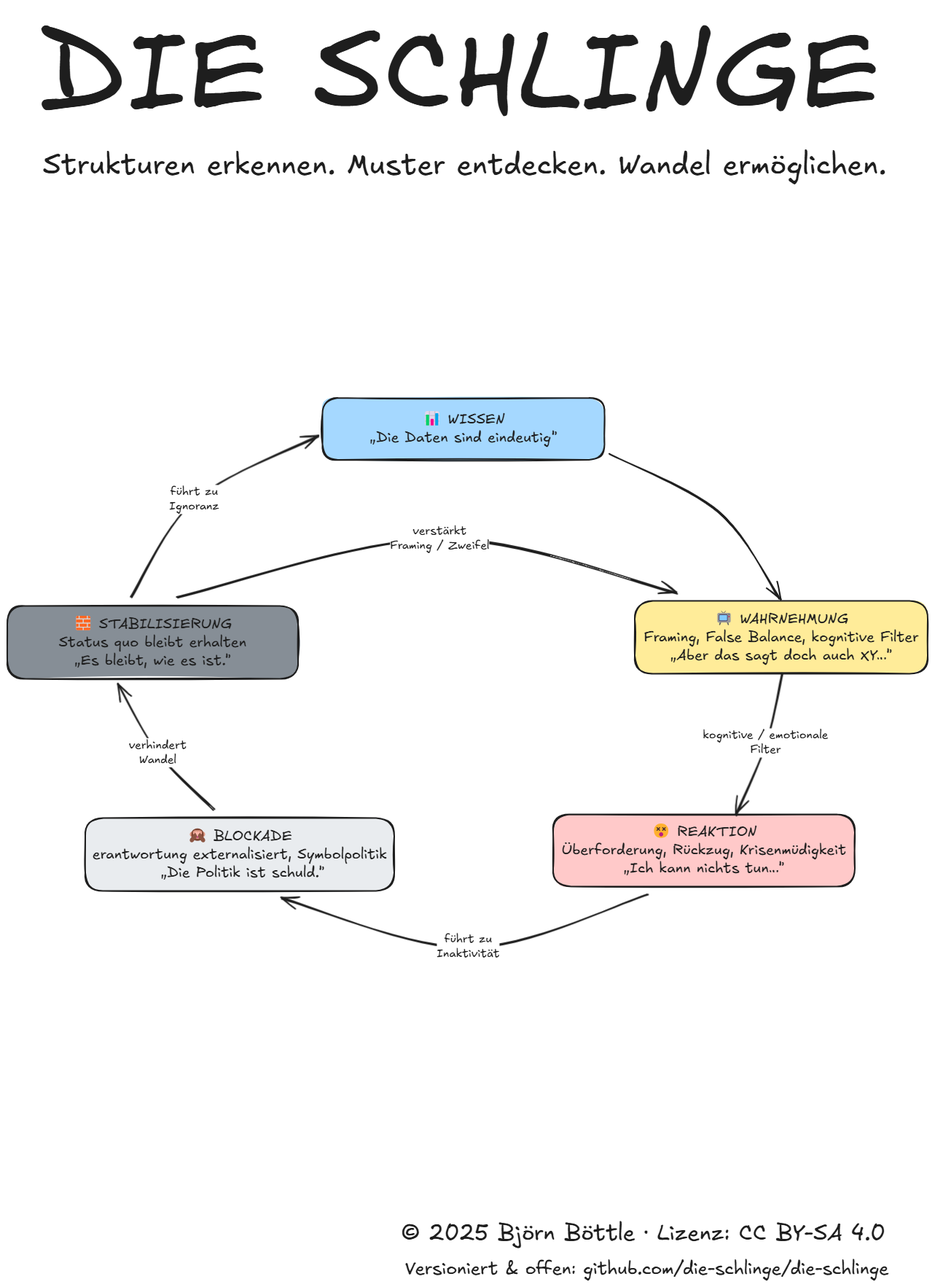
bjoernboettle/die-schlinge keeps this Excalidraw diagram as docs/assets/cover-epub.excalidraw.png. Above is the earlier version. Source tidied: one line per element, renumbered; positions are measured from the earlier drawing's top-left corner, leaving out a move shared by most shapes. The source it was exported from:
```json
{"id": 0, "type": "rectangle", "strokeColor": "#1e1e1e", "backgroundColor": "#a5d8ff", "fillStyle": "solid", "strokeWidth": 2, "roughness": 1, "round": true, "x": 432, "y": 536, "width": 387, "height": 85}
{"id": 1, "type": "text", "text": "📊 WISSEN\n„Die Daten sind eindeutig“", "strokeColor": "#1e1e1e", "strokeWidth": 2, "roughness": 1, "fontSize": 20, "fontFamily": 5, "textAlign": "center", "verticalAlign": "middle", "inside": 0, "x": 498, "y": 554, "width": 257, "height": 50}
{"id": 2, "type": "rectangle", "strokeColor": "#1e1e1e", "backgroundColor": "#ffec99", "fillStyle": "solid", "strokeWidth": 2, "roughness": 1, "round": true, "x": 861, "y": 814, "width": 402, "height": 100}
{"id": 3, "type": "text", "text": "📺 WAHRNEHMUNG\nFraming, False Balance, kognitive Filter\n„Aber das sagt doch auch XY…“", "strokeColor": "#1e1e1e", "strokeWidth": 2, "roughness": 1, "fontSize": 20, "fontFamily": 5, "textAlign": "center", "verticalAlign": "middle", "inside": 2, "x": 873, "y": 827, "width": 377, "height": 75}
{"id": 4, "type": "rectangle", "strokeColor": "#1e1e1e", "backgroundColor": "#ffc9c9", "fillStyle": "solid", "strokeWidth": 2, "roughness": 1, "round": true, "x": 749, "y": 1108, "width": 414, "height": 99}
{"id": 5, "type": "text", "text": "😵 REAKTION\nÜberforderung, Rückzug, Krisenmüdigkeit\n„Ich kann nichts tun…“", "strokeColor": "#1e1e1e", "strokeWidth": 2, "roughness": 1, "fontSize": 20, "fontFamily": 5, "textAlign": "center", "verticalAlign": "middle", "inside": 4, "x": 761, "y": 1120, "width": 390, "height": 75}
{"id": 6, "type": "rectangle", "strokeColor": "#1e1e1e", "backgroundColor": "#e9ecef", "fillStyle": "solid", "strokeWidth": 2, "roughness": 1, "round": true, "x": 107, "y": 1112, "width": 424, "height": 100}
{"id": 7, "type": "text", "text": "🙈 BLOCKADE\nerantwortung externalisiert, Symbolpolitik\n „Die Politik ist schuld.“", "strokeColor": "#1e1e1e", "strokeWidth": 2, "roughness": 1, "fontSize": 20, "fontFamily": 5, "textAlign": "center", "verticalAlign": "middle", "inside": 6, "x": 117, "y": 1125, "width": 404, "height": 75}
{"id": 8, "type": "rectangle", "strokeColor": "#1e1e1e", "backgroundColor": "#868e96", "fillStyle": "solid", "strokeWidth": 2, "roughness": 1, "round": true, "x": 0, "y": 822, "width": 399, "height": 100}
{"id": 9, "type": "text", "text": "🧱 STABILISIERUNG\nStatus quo bleibt erhalten\n„Es bleibt, wie es ist.“", "strokeColor": "#1e1e1e", "strokeWidth": 2, "roughness": 1, "fontSize": 20, "fontFamily": 5, "textAlign": "center", "verticalAlign": "middle", "inside": 8, "x": 71, "y": 834, "width": 258, "height": 75}
{"id": 10, "type": "arrow", "strokeColor": "#1e1e1e", "strokeWidth": 2, "roughness": 1, "endArrowhead": "arrow", "round": true, "from": 0, "to": 2, "x": 826, "y": 613, "width": 234, "height": 200, "points": [[0, 0], [151, 79], [234, 200]]}
{"id": 11, "type": "arrow", "strokeColor": "#1e1e1e", "strokeWidth": 2, "roughness": 1, "endArrowhead": "arrow", "round": true, "from": 2, "to": 4, "x": 1062, "y": 915, "width": 62, "height": 193, "points": [[0, 0], [-21, 94], [-62, 193]]}
{"id": 12, "type": "text", "text": "kognitive / emotionale\nFilter", "strokeColor": "#1e1e1e", "backgroundColor": "#868e96", "fillStyle": "solid", "strokeWidth": 2, "roughness": 1, "fontSize": 16, "fontFamily": 5, "textAlign": "center", "verticalAlign": "middle", "inside": 11, "x": 955, "y": 989, "width": 172, "height": 40}
{"id": 13, "type": "arrow", "strokeColor": "#1e1e1e", "strokeWidth": 2, "roughness": 1, "endArrowhead": "arrow", "round": true, "from": 4, "to": 6, "x": 878, "y": 1216, "width": 502, "height": 73, "points": [[0, 0], [-245, 73], [-502, 6]]}
{"id": 14, "type": "text", "text": "führt zu\nInaktivität", "strokeColor": "#1e1e1e", "backgroundColor": "#868e96", "fillStyle": "solid", "strokeWidth": 2, "roughness": 1, "fontSize": 16, "fontFamily": 5, "textAlign": "center", "verticalAlign": "middle", "inside": 13, "x": 589, "y": 1269, "width": 86, "height": 40}
{"id": 15, "type": "arrow", "strokeColor": "#1e1e1e", "strokeWidth": 2, "roughness": 1, "endArrowhead": "arrow", "round": true, "from": 6, "to": 8, "x": 283, "y": 1102, "width": 133, "height": 173, "points": [[0, 0], [-77, -79], [-133, -173]]}
{"id": 16, "type": "text", "text": "verhindert\nWandel", "strokeColor": "#1e1e1e", "backgroundColor": "#868e96", "fillStyle": "solid", "strokeWidth": 2, "roughness": 1, "fontSize": 16, "fontFamily": 5, "textAlign": "center", "verticalAlign": "middle", "inside": 15, "x": 167, "y": 1003, "width": 79, "height": 40}
{"id": 17, "type": "text", "text": "Strukturen erkennen. Muster entdecken. Wandel ermöglichen.", "strokeColor": "#1e1e1e", "backgroundColor": "#868e96", "fillStyle": "solid", "strokeWidth": 2, "roughness": 1, "fontSize": 40, "fontFamily": 5, "x": 49, "y": 192, "width": 1157, "height": 50}
{"id": 18, "type": "arrow", "strokeColor": "#1e1e1e", "backgroundColor": "#868e96", "fillStyle": "solid", "strokeWidth": 2, "roughness": 1, "endArrowhead": "arrow", "round": true, "from": 8, "to": 2, "x": 233, "y": 810, "width": 686, "height": 81, "points": [[0, 0], [360, -81], [686, -6]]}
{"id": 19, "type": "text", "text": "verstärkt\nFraming / Zweifel", "strokeColor": "#1e1e1e", "backgroundColor": "#868e96", "fillStyle": "solid", "strokeWidth": 2, "roughness": 1, "fontSize": 16, "fontFamily": 5, "textAlign": "center", "verticalAlign": "middle", "inside": 18, "x": 525, "y": 709, "width": 136, "height": 40}
{"id": 20, "type": "arrow", "strokeColor": "#1e1e1e", "backgroundColor": "#868e96", "fillStyle": "solid", "strokeWidth": 2, "roughness": 1, "endArrowhead": "arrow", "round": true, "from": 8, "to": 0, "x": 170, "y": 809, "width": 255, "height": 221, "points": [[0, 0], [87, -134], [255, -221]]}
{"id": 21, "type": "text", "text": "führt zu\nIgnoranz", "strokeColor": "#1e1e1e", "backgroundColor": "#868e96", "fillStyle": "solid", "strokeWidth": 2, "roughness": 1, "fontSize": 16, "fontFamily": 5, "textAlign": "center", "verticalAlign": "middle", "inside": 20, "x": 222, "y": 655, "width": 68, "height": 40}
{"id": 22, "type": "text", "text": "DIE SCHLINGE", "strokeColor": "#1e1e1e", "backgroundColor": "#868e96", "fillStyle": "solid", "strokeWidth": 2, "roughness": 1, "fontSize": 154.8, "fontFamily": 5, "x": 44, "y": 0, "width": 1155, "height": 193}
{"id": 23, "type": "text", "text": "Versioniert & offen: github.com/die-schlinge/die-schlinge", "strokeColor": "#1e1e1e", "backgroundColor": "#868e96", "fillStyle": "solid", "strokeWidth": 2, "roughness": 1, "fontSize": 24.56, "fontFamily": 5, "x": 546, "y": 1716, "width": 664, "height": 31}
{"id": 24, "type": "text", "text": "© 2025 Björn Böttle · Lizenz: CC BY-SA 4.0  ", "strokeColor": "#1e1e1e", "backgroundColor": "#868e96", "fillStyle": "solid", "strokeWidth": 2, "roughness": 1, "fontSize": 30.56, "fontFamily": 5, "x": 540, "y": 1664, "width": 689, "height": 38}
```
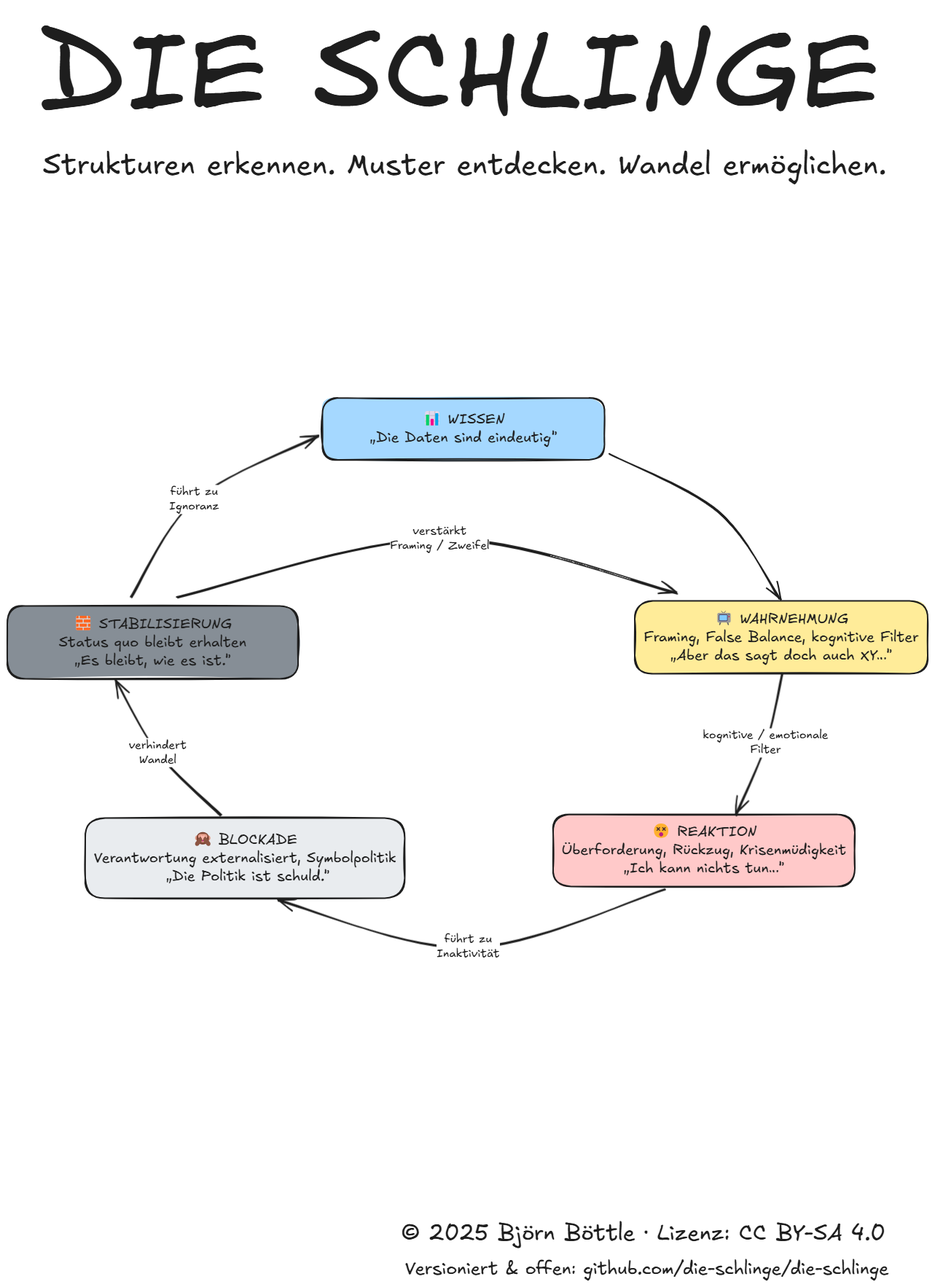
The same file after the commit.

What changed in the source:
```diff
@@ -4,16 +4,16 @@
 {"id": 3, "type": "text", "text": "📺 WAHRNEHMUNG\nFraming, False Balance, kognitive Filter\n„Aber das sagt doch auch XY…“", "strokeColor": "#1e1e1e", "strokeWidth": 2, "roughness": 1, "fontSize": 20, "fontFamily": 5, "textAlign": "center", "verticalAlign": "middle", "inside": 2, "x": 873, "y": 827, "width": 377, "height": 75}
 {"id": 4, "type": "rectangle", "strokeColor": "#1e1e1e", "backgroundColor": "#ffc9c9", "fillStyle": "solid", "strokeWidth": 2, "roughness": 1, "round": true, "x": 749, "y": 1108, "width": 414, "height": 99}
 {"id": 5, "type": "text", "text": "😵 REAKTION\nÜberforderung, Rückzug, Krisenmüdigkeit\n„Ich kann nichts tun…“", "strokeColor": "#1e1e1e", "strokeWidth": 2, "roughness": 1, "fontSize": 20, "fontFamily": 5, "textAlign": "center", "verticalAlign": "middle", "inside": 4, "x": 761, "y": 1120, "width": 390, "height": 75}
-{"id": 6, "type": "rectangle", "strokeColor": "#1e1e1e", "backgroundColor": "#e9ecef", "fillStyle": "solid", "strokeWidth": 2, "roughness": 1, "round": true, "x": 107, "y": 1112, "width": 424, "height": 100}
+{"id": 6, "type": "rectangle", "strokeColor": "#1e1e1e", "backgroundColor": "#e9ecef", "fillStyle": "solid", "strokeWidth": 2, "roughness": 1, "round": true, "x": 107, "y": 1112, "width": 438, "height": 110}
-{"id": 7, "type": "text", "text": "🙈 BLOCKADE\nerantwortung externalisiert, Symbolpolitik\n „Die Politik ist schuld.“", "strokeColor": "#1e1e1e", "strokeWidth": 2, "roughness": 1, "fontSize": 20, "fontFamily": 5, "textAlign": "center", "verticalAlign": "middle", "inside": 6, "x": 117, "y": 1125, "width": 404, "height": 75}
+{"id": 7, "type": "text", "text": "🙈 BLOCKADE\nVerantwortung externalisiert, Symbolpolitik\n „Die Politik ist schuld.“", "strokeColor": "#1e1e1e", "strokeWidth": 2, "roughness": 1, "fontSize": 20, "fontFamily": 5, "textAlign": "center", "verticalAlign": "middle", "inside": 6, "x": 119, "y": 1130, "width": 415, "height": 75}
 {"id": 8, "type": "rectangle", "strokeColor": "#1e1e1e", "backgroundColor": "#868e96", "fillStyle": "solid", "strokeWidth": 2, "roughness": 1, "round": true, "x": 0, "y": 822, "width": 399, "height": 100}
 {"id": 9, "type": "text", "text": "🧱 STABILISIERUNG\nStatus quo bleibt erhalten\n„Es bleibt, wie es ist.“", "strokeColor": "#1e1e1e", "strokeWidth": 2, "roughness": 1, "fontSize": 20, "fontFamily": 5, "textAlign": "center", "verticalAlign": "middle", "inside": 8, "x": 71, "y": 834, "width": 258, "height": 75}
 {"id": 10, "type": "arrow", "strokeColor": "#1e1e1e", "strokeWidth": 2, "roughness": 1, "endArrowhead": "arrow", "round": true, "from": 0, "to": 2, "x": 826, "y": 613, "width": 234, "height": 200, "points": [[0, 0], [151, 79], [234, 200]]}
 {"id": 11, "type": "arrow", "strokeColor": "#1e1e1e", "strokeWidth": 2, "roughness": 1, "endArrowhead": "arrow", "round": true, "from": 2, "to": 4, "x": 1062, "y": 915, "width": 62, "height": 193, "points": [[0, 0], [-21, 94], [-62, 193]]}
 {"id": 12, "type": "text", "text": "kognitive / emotionale\nFilter", "strokeColor": "#1e1e1e", "backgroundColor": "#868e96", "fillStyle": "solid", "strokeWidth": 2, "roughness": 1, "fontSize": 16, "fontFamily": 5, "textAlign": "center", "verticalAlign": "middle", "inside": 11, "x": 955, "y": 989, "width": 172, "height": 40}
-{"id": 13, "type": "arrow", "strokeColor": "#1e1e1e", "strokeWidth": 2, "roughness": 1, "endArrowhead": "arrow", "round": true, "from": 4, "to": 6, "x": 878, "y": 1216, "width": 502, "height": 73, "points": [[0, 0], [-245, 73], [-502, 6]]}
+{"id": 13, "type": "arrow", "strokeColor": "#1e1e1e", "strokeWidth": 2, "roughness": 1, "endArrowhead": "arrow", "round": true, "from": 4, "to": 6, "x": 901, "y": 1209, "width": 530, "height": 80, "points": [[0, 0], [-269, 80], [-530, 16]]}
 {"id": 14, "type": "text", "text": "führt zu\nInaktivität", "strokeColor": "#1e1e1e", "backgroundColor": "#868e96", "fillStyle": "solid", "strokeWidth": 2, "roughness": 1, "fontSize": 16, "fontFamily": 5, "textAlign": "center", "verticalAlign": "middle", "inside": 13, "x": 589, "y": 1269, "width": 86, "height": 40}
-{"id": 15, "type": "arrow", "strokeColor": "#1e1e1e", "strokeWidth": 2, "roughness": 1, "endArrowhead": "arrow", "round": true, "from": 6, "to": 8, "x": 283, "y": 1102, "width": 133, "height": 173, "points": [[0, 0], [-77, -79], [-133, -173]]}
+{"id": 15, "type": "arrow", "strokeColor": "#1e1e1e", "strokeWidth": 2, "roughness": 1, "endArrowhead": "arrow", "round": true, "from": 6, "to": 8, "x": 293, "y": 1110, "width": 145, "height": 186, "points": [[0, 0], [-87, -87], [-145, -186]]}
 {"id": 16, "type": "text", "text": "verhindert\nWandel", "strokeColor": "#1e1e1e", "backgroundColor": "#868e96", "fillStyle": "solid", "strokeWidth": 2, "roughness": 1, "fontSize": 16, "fontFamily": 5, "textAlign": "center", "verticalAlign": "middle", "inside": 15, "x": 167, "y": 1003, "width": 79, "height": 40}
 {"id": 17, "type": "text", "text": "Strukturen erkennen. Muster entdecken. Wandel ermöglichen.", "strokeColor": "#1e1e1e", "backgroundColor": "#868e96", "fillStyle": "solid", "strokeWidth": 2, "roughness": 1, "fontSize": 40, "fontFamily": 5, "x": 49, "y": 192, "width": 1157, "height": 50}
 {"id": 18, "type": "arrow", "strokeColor": "#1e1e1e", "backgroundColor": "#868e96", "fillStyle": "solid", "strokeWidth": 2, "roughness": 1, "endArrowhead": "arrow", "round": true, "from": 8, "to": 2, "x": 233, "y": 810, "width": 686, "height": 81, "points": [[0, 0], [360, -81], [686, -6]]}
```
